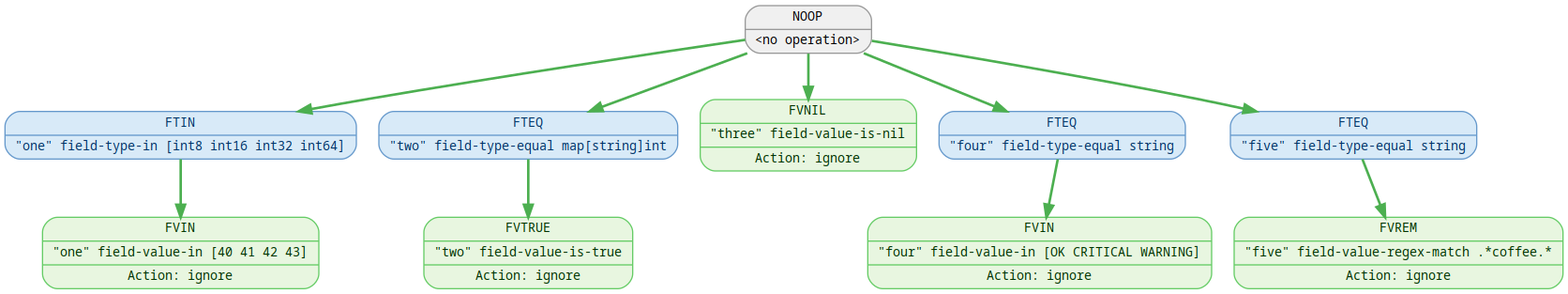
This is doc/validator/example.png from Asmodai/gohacks, a Graphviz export, as it was before one commit. Its source is kept beside it as doc/validator/example.dot.
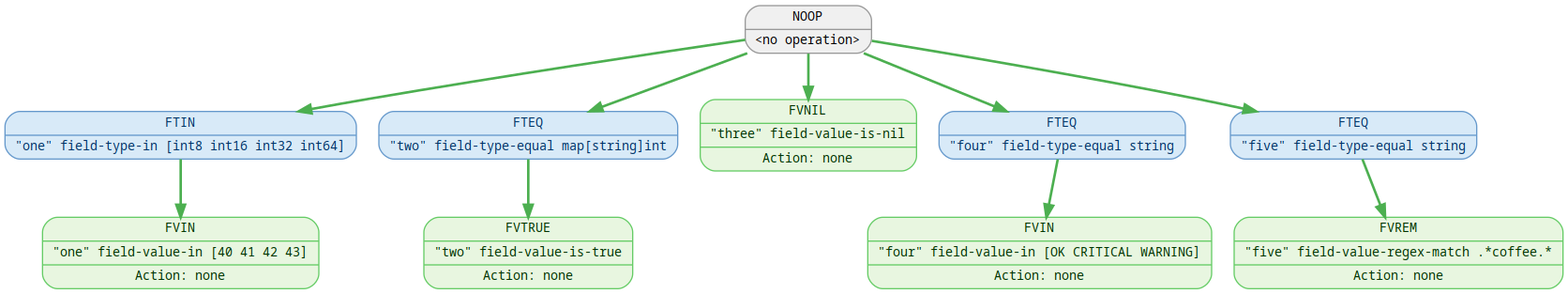
The same file after the commit.

What changed in the source:
```diff
@@ -5,21 +5,21 @@
   edge [color="#666666"];
   n0 [label="{<f0> NOOP | <f1> \<no operation\>}" fillcolor="#f0f0f0", fontcolor="#000000", color="#999999"];
   n1 [label="{<f0> FTIN | <f1> \"one\" field-type-in \[int8 int16 int32 int64\]}" fillcolor="#d8eaf8", fontcolor="#003366", color="#6699cc"];
-  n2 [label="{<f0> FVIN | <f1> \"one\" field-value-in \[40 41 42 43\] | <f2> Action: ignore}" fillcolor="#e8f6e0", fontcolor="#003300", color="#66cc66"];
+  n2 [label="{<f0> FVIN | <f1> \"one\" field-value-in \[40 41 42 43\] | <f2> Action: none}" fillcolor="#e8f6e0", fontcolor="#003300", color="#66cc66"];
   n1 -> n2 [color="#4CAF50", style=bold];
   n0 -> n1 [color="#4CAF50", style=bold];
   n3 [label="{<f0> FTEQ | <f1> \"two\" field-type-equal map\[string\]int}" fillcolor="#d8eaf8", fontcolor="#003366", color="#6699cc"];
-  n4 [label="{<f0> FVTRUE | <f1> \"two\" field-value-is-true | <f2> Action: ignore}" fillcolor="#e8f6e0", fontcolor="#003300", color="#66cc66"];
+  n4 [label="{<f0> FVTRUE | <f1> \"two\" field-value-is-true | <f2> Action: none}" fillcolor="#e8f6e0", fontcolor="#003300", color="#66cc66"];
   n3 -> n4 [color="#4CAF50", style=bold];
   n0 -> n3 [color="#4CAF50", style=bold];
-  n5 [label="{<f0> FVNIL | <f1> \"three\" field-value-is-nil | <f2> Action: ignore}" fillcolor="#e8f6e0", fontcolor="#003300", color="#66cc66"];
+  n5 [label="{<f0> FVNIL | <f1> \"three\" field-value-is-nil | <f2> Action: none}" fillcolor="#e8f6e0", fontcolor="#003300", color="#66cc66"];
   n0 -> n5 [color="#4CAF50", style=bold];
   n6 [label="{<f0> FTEQ | <f1> \"four\" field-type-equal string}" fillcolor="#d8eaf8", fontcolor="#003366", color="#6699cc"];
-  n7 [label="{<f0> FVIN | <f1> \"four\" field-value-in \[OK CRITICAL WARNING\] | <f2> Action: ignore}" fillcolor="#e8f6e0", fontcolor="#003300", color="#66cc66"];
+  n7 [label="{<f0> FVIN | <f1> \"four\" field-value-in \[OK CRITICAL WARNING\] | <f2> Action: none}" fillcolor="#e8f6e0", fontcolor="#003300", color="#66cc66"];
   n6 -> n7 [color="#4CAF50", style=bold];
   n0 -> n6 [color="#4CAF50", style=bold];
   n8 [label="{<f0> FTEQ | <f1> \"five\" field-type-equal string}" fillcolor="#d8eaf8", fontcolor="#003366", color="#6699cc"];
-  n9 [label="{<f0> FVREM | <f1> \"five\" field-value-regex-match .*coffee.* | <f2> Action: ignore}" fillcolor="#e8f6e0", fontcolor="#003300", color="#66cc66"];
+  n9 [label="{<f0> FVREM | <f1> \"five\" field-value-regex-match .*coffee.* | <f2> Action: none}" fillcolor="#e8f6e0", fontcolor="#003300", color="#66cc66"];
   n8 -> n9 [color="#4CAF50", style=bold];
   n0 -> n8 [color="#4CAF50", style=bold];
 }
```
